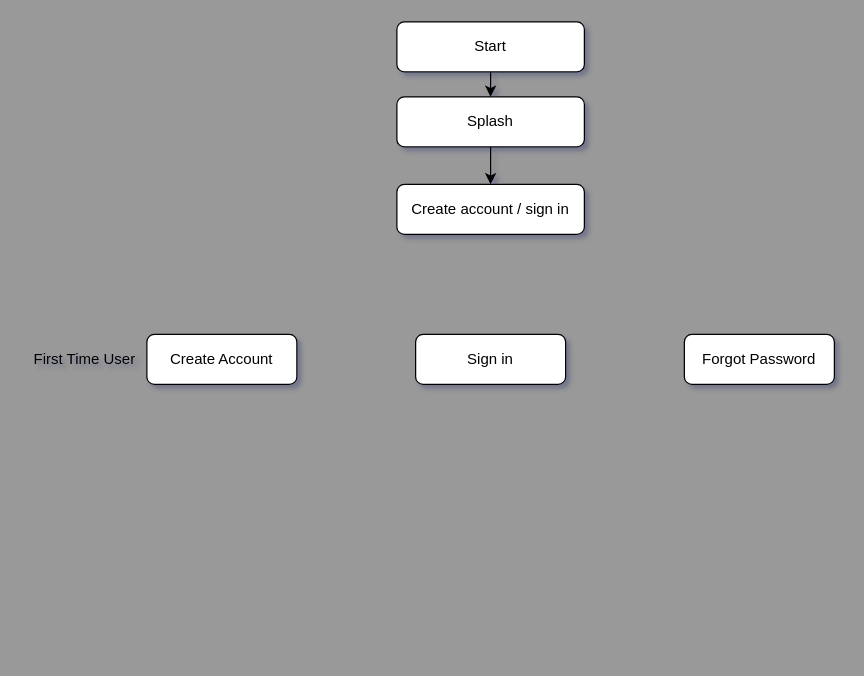
vickycye/silk-road-scripters keeps this draw.io diagram as Untitled Diagram.drawio. Above is the earlier version. Source tidied: cells renumbered, new cells numbered last; positions are measured from the earlier drawing's top-left corner, leaving out a move shared by most shapes. Both pictures are drawn from the tidied source at 125%, with x=0, y=0 at pixel (21, 21).
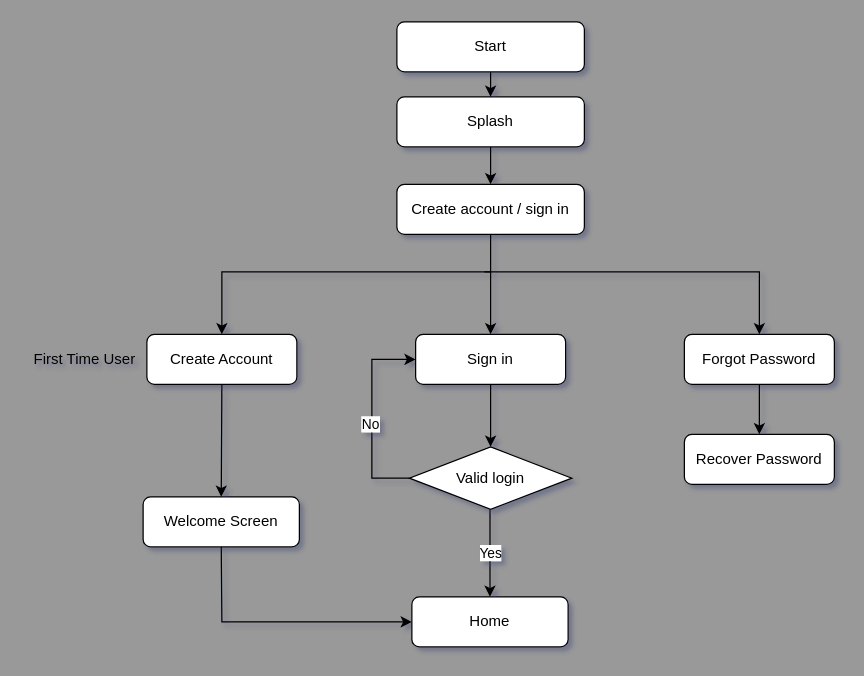
The same page after the edit.

Unchanged cells that the change refers to:
```xml
<mxCell id="2" value="Create account / sign in" style="rounded=1;whiteSpace=wrap;html=1;fontSize=12;glass=0;strokeWidth=1;shadow=0;labelBackgroundColor=none;" parent="1" vertex="1">
  <mxGeometry x="300" y="130" width="150" height="40" as="geometry" />
</mxCell>
<mxCell id="3" value="Create Account" style="rounded=1;whiteSpace=wrap;html=1;" parent="1" vertex="1">
  <mxGeometry x="100" y="250" width="120" height="40" as="geometry" />
</mxCell>
<mxCell id="4" value="Sign in" style="rounded=1;whiteSpace=wrap;html=1;" parent="1" vertex="1">
  <mxGeometry x="315" y="250" width="120" height="40" as="geometry" />
</mxCell>
<mxCell id="10" value="Forgot Password" style="rounded=1;whiteSpace=wrap;html=1;" parent="1" vertex="1">
  <mxGeometry x="530" y="250" width="120" height="40" as="geometry" />
</mxCell>
```

The edit, as a diff of the source:
```diff
@@
+    <mxCell id="11" style="endArrow=classic;html=1;rounded=0;entryX=0.5;entryY=0;entryDx=0;entryDy=0;" parent="1" edge="1" target="3">
+      <mxGeometry relative="1" as="geometry">
+        <mxPoint x="375" y="200" as="sourcePoint" />
+        <Array as="points">
+          <mxPoint x="338" y="200" />
+          <mxPoint x="160" y="200" />
+        </Array>
+      </mxGeometry>
+    </mxCell>
+    <mxCell id="12" style="endArrow=classic;html=1;rounded=0;exitX=0.5;exitY=1;exitDx=0;exitDy=0;entryX=0.5;entryY=0;entryDx=0;entryDy=0;" parent="1" edge="1" source="2" target="4">
+      <mxGeometry relative="1" as="geometry" />
+    </mxCell>
+    <mxCell id="13" style="endArrow=classic;html=1;rounded=0;entryX=0.5;entryY=0;entryDx=0;entryDy=0;" parent="1" edge="1" target="10">
+      <mxGeometry relative="1" as="geometry">
+        <mxPoint x="370" y="200" as="sourcePoint" />
+        <Array as="points">
+          <mxPoint x="590" y="200" />
+        </Array>
+      </mxGeometry>
+    </mxCell>
+    <mxCell id="14" style="endArrow=classic;html=1;rounded=0;exitX=0.5;exitY=1;exitDx=0;exitDy=0;entryX=0.5;entryY=0;entryDx=0;entryDy=0;" parent="1" edge="1" source="4" target="24">
+      <mxGeometry relative="1" as="geometry" />
+    </mxCell>
+    <mxCell id="15" style="endArrow=classic;html=1;rounded=0;exitX=0;exitY=0.5;exitDx=0;exitDy=0;entryX=0;entryY=0.5;entryDx=0;entryDy=0;" parent="1" edge="1" source="24" target="4">
+      <mxGeometry relative="1" as="geometry">
+        <Array as="points">
+          <mxPoint x="280" y="365" />
+          <mxPoint x="280" y="270" />
+        </Array>
+      </mxGeometry>
+    </mxCell>
+    <mxCell id="16" value="No" style="edgeLabel;html=1;align=center;verticalAlign=middle;" parent="15" vertex="1">
+      <mxGeometry x="-0.07" y="2" relative="1" as="geometry" />
+    </mxCell>
+    <mxCell id="17" value="Yes" style="endArrow=classic;html=1;rounded=0;exitX=0.5;exitY=1;exitDx=0;exitDy=0;entryX=0.5;entryY=0;entryDx=0;entryDy=0;" parent="1" edge="1" target="18">
+      <mxGeometry relative="1" as="geometry">
+        <mxPoint x="374.5" y="390" as="sourcePoint" />
+      </mxGeometry>
+    </mxCell>
+    <mxCell id="18" value="Home" style="rounded=1;whiteSpace=wrap;html=1;" parent="1" vertex="1">
+      <mxGeometry x="312" y="460" width="125" height="40" as="geometry" />
+    </mxCell>
+    <mxCell id="19" value="Welcome Screen" style="rounded=1;whiteSpace=wrap;html=1;" parent="1" vertex="1">
+      <mxGeometry x="97" y="380" width="125" height="40" as="geometry" />
+    </mxCell>
+    <mxCell id="20" style="endArrow=classic;html=1;rounded=0;exitX=0.5;exitY=1;exitDx=0;exitDy=0;entryX=0.5;entryY=0;entryDx=0;entryDy=0;" parent="1" edge="1" source="3" target="19">
+      <mxGeometry relative="1" as="geometry" />
+    </mxCell>
+    <mxCell id="21" style="endArrow=classic;html=1;rounded=0;exitX=0.5;exitY=1;exitDx=0;exitDy=0;entryX=0;entryY=0.5;entryDx=0;entryDy=0;" parent="1" edge="1" source="19" target="18">
+      <mxGeometry relative="1" as="geometry">
+        <Array as="points">
+          <mxPoint x="160" y="480" />
+        </Array>
+      </mxGeometry>
+    </mxCell>
+    <mxCell id="22" value="Recover Password" style="rounded=1;whiteSpace=wrap;html=1;" parent="1" vertex="1">
+      <mxGeometry x="530" y="330" width="120" height="40" as="geometry" />
+    </mxCell>
+    <mxCell id="23" style="endArrow=classic;html=1;rounded=0;" parent="1" edge="1" source="10">
+      <mxGeometry relative="1" as="geometry">
+        <mxPoint x="590" y="330" as="targetPoint" />
+      </mxGeometry>
+    </mxCell>
+    <mxCell id="24" value="Valid login" style="rhombus;whiteSpace=wrap;html=1;" parent="1" vertex="1">
+      <mxGeometry x="310" y="340" width="130" height="50" as="geometry" />
+    </mxCell>
```
